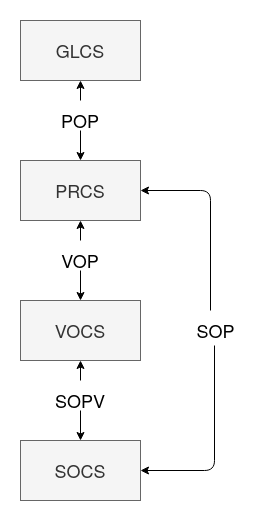
riegllms/ros-riegl-vz keeps this draw.io diagram as riegl_vz/img/cs.png. Above is the earlier version. Source tidied: cells renumbered, new cells last; positions are measured from the earlier drawing's top-left corner, leaving out a move shared by most shapes.
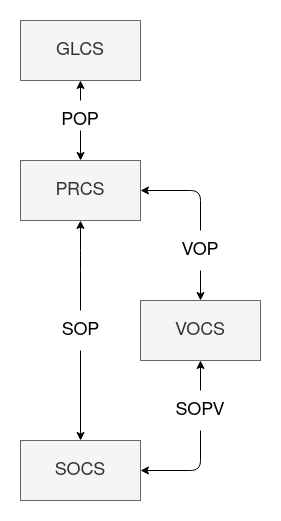
After the change.

Diff of the diagram source:
```diff
@@ -9,7 +9,7 @@
       <mxGeometry y="140" width="120" height="60" as="geometry" />
     </mxCell>
     <mxCell id="4" value="&lt;font style=&quot;font-size: 18px&quot;&gt;VOCS&lt;/font&gt;" style="rounded=0;whiteSpace=wrap;html=1;fillColor=#f5f5f5;strokeColor=#666666;fontColor=#333333;" parent="1" vertex="1">
-      <mxGeometry y="280" width="120" height="60" as="geometry" />
+      <mxGeometry x="120" y="280" width="120" height="60" as="geometry" />
     </mxCell>
     <mxCell id="5" value="&lt;font style=&quot;font-size: 18px&quot;&gt;SOCS&lt;/font&gt;" style="rounded=0;whiteSpace=wrap;html=1;fillColor=#f5f5f5;strokeColor=#666666;fontColor=#333333;" parent="1" vertex="1">
       <mxGeometry y="420" width="120" height="60" as="geometry" />
@@ -18,29 +18,25 @@
       <mxGeometry x="40" y="90" width="40" height="20" as="geometry" />
     </mxCell>
     <mxCell id="7" value="&lt;font style=&quot;font-size: 18px&quot;&gt;SOP&lt;/font&gt;" style="text;html=1;align=center;verticalAlign=middle;points=[];" parent="1" vertex="1">
-      <mxGeometry x="170" y="300" width="50" height="20" as="geometry" />
+      <mxGeometry x="35" y="300" width="50" height="20" as="geometry" />
     </mxCell>
     <mxCell id="8" value="&lt;font style=&quot;font-size: 18px&quot;&gt;VOP&lt;/font&gt;" style="text;html=1;strokeColor=none;fillColor=none;align=center;verticalAlign=middle;whiteSpace=wrap;rounded=0;" parent="1" vertex="1">
-      <mxGeometry x="40" y="230" width="40" height="20" as="geometry" />
+      <mxGeometry x="160" y="220" width="40" height="20" as="geometry" />
     </mxCell>
     <mxCell id="9" value="&lt;font style=&quot;font-size: 18px&quot;&gt;SOPV&lt;/font&gt;" style="text;html=1;strokeColor=none;fillColor=none;align=center;verticalAlign=middle;whiteSpace=wrap;rounded=0;" parent="1" vertex="1">
-      <mxGeometry x="40" y="370" width="40" height="20" as="geometry" />
+      <mxGeometry x="160" y="380" width="40" height="20" as="geometry" />
     </mxCell>
-    <mxCell id="10" style="endArrow=classic;html=1;entryX=1;entryY=0.5;entryDx=0;entryDy=0;" parent="1" edge="1">
+    <mxCell id="10" style="endArrow=classic;html=1;entryX=0.5;entryY=1;entryDx=0;entryDy=0;" parent="1" edge="1" target="3">
       <mxGeometry relative="1" as="geometry">
-        <mxPoint x="190" y="290" as="sourcePoint" />
-        <mxPoint x="120" y="170" as="targetPoint" />
+        <mxPoint x="60" y="290" as="sourcePoint" />
         <Array as="points">
-          <mxPoint x="190" y="170" />
+          <mxPoint x="60" y="240" />
         </Array>
       </mxGeometry>
     </mxCell>
-    <mxCell id="11" style="endArrow=classic;html=1;entryX=1;entryY=0.5;entryDx=0;entryDy=0;exitX=0.48;exitY=1.25;exitDx=0;exitDy=0;exitPerimeter=0;" parent="1" edge="1" source="7">
+    <mxCell id="11" style="endArrow=classic;html=1;entryX=0.5;entryY=0;entryDx=0;entryDy=0;" parent="1" edge="1" target="5">
       <mxGeometry relative="1" as="geometry">
-        <mxPoint x="120" y="450" as="targetPoint" />
-        <Array as="points">
-          <mxPoint x="194" y="450" />
-        </Array>
+        <mxPoint x="60" y="330" as="sourcePoint" />
       </mxGeometry>
     </mxCell>
     <mxCell id="12" style="endArrow=classic;html=1;entryX=0.5;entryY=1;entryDx=0;entryDy=0;" parent="1" edge="1" target="2">
@@ -51,23 +47,30 @@
     <mxCell id="13" style="endArrow=classic;html=1;entryX=0.5;entryY=0;entryDx=0;entryDy=0;entryPerimeter=0;exitX=0.5;exitY=1;exitDx=0;exitDy=0;" parent="1" edge="1" source="6" target="3">
       <mxGeometry relative="1" as="geometry" />
     </mxCell>
-    <mxCell id="14" style="endArrow=classic;html=1;entryX=0.5;entryY=0;entryDx=0;entryDy=0;exitX=0.5;exitY=1;exitDx=0;exitDy=0;" parent="1" edge="1" source="8" target="4">
-      <mxGeometry relative="1" as="geometry" />
+    <mxCell id="14" style="endArrow=classic;html=1;entryX=0.5;entryY=0;entryDx=0;entryDy=0;" parent="1" edge="1" target="4">
+      <mxGeometry relative="1" as="geometry">
+        <mxPoint x="180" y="250" as="sourcePoint" />
+      </mxGeometry>
     </mxCell>
-    <mxCell id="15" style="endArrow=classic;html=1;entryX=0.5;entryY=1;entryDx=0;entryDy=0;" parent="1" edge="1" target="3">
+    <mxCell id="15" style="endArrow=classic;html=1;entryX=1;entryY=0.5;entryDx=0;entryDy=0;" parent="1" edge="1" target="3">
       <mxGeometry relative="1" as="geometry">
-        <mxPoint x="60" y="220" as="sourcePoint" />
+        <mxPoint x="180" y="210" as="sourcePoint" />
+        <Array as="points">
+          <mxPoint x="180" y="170" />
+        </Array>
       </mxGeometry>
     </mxCell>
     <mxCell id="16" style="endArrow=classic;html=1;entryX=0.5;entryY=1;entryDx=0;entryDy=0;" parent="1" edge="1" target="4">
       <mxGeometry relative="1" as="geometry">
-        <mxPoint x="60" y="360" as="sourcePoint" />
+        <mxPoint x="180" y="370" as="sourcePoint" />
       </mxGeometry>
     </mxCell>
-    <mxCell id="17" style="endArrow=classic;html=1;" parent="1" edge="1">
+    <mxCell id="17" style="endArrow=classic;html=1;entryX=1;entryY=0.5;entryDx=0;entryDy=0;" parent="1" edge="1" target="5">
       <mxGeometry relative="1" as="geometry">
-        <mxPoint x="60" y="390" as="sourcePoint" />
-        <mxPoint x="60" y="420" as="targetPoint" />
+        <mxPoint x="180" y="410" as="sourcePoint" />
+        <Array as="points">
+          <mxPoint x="180" y="450" />
+        </Array>
       </mxGeometry>
     </mxCell>
   </root>
```
